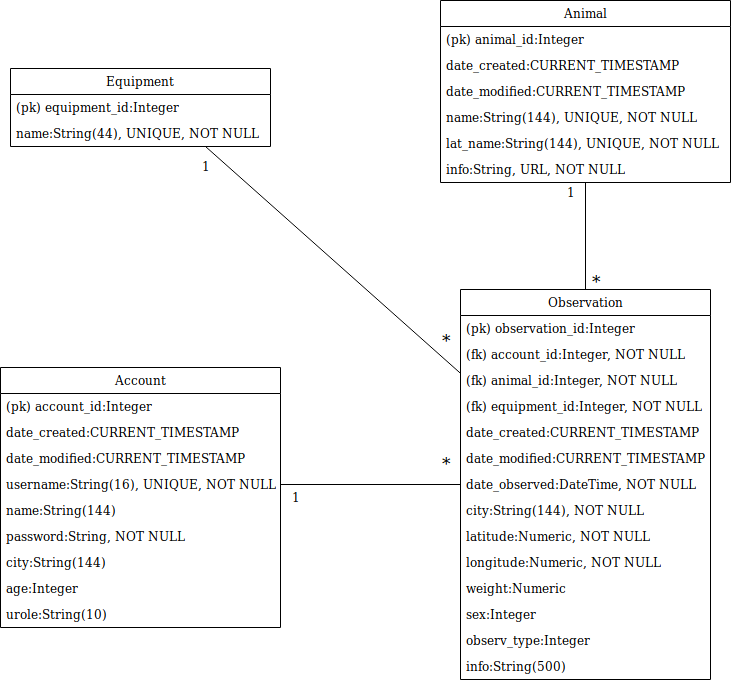
This is documentation/pictures/tietokantarakenne.png from LauriTahvanainen/GameTracker, a draw.io export, as it was before one commit. Source tidied: cells renumbered, new cells last; positions are measured from the earlier drawing's top-left corner, leaving out a move shared by most shapes.
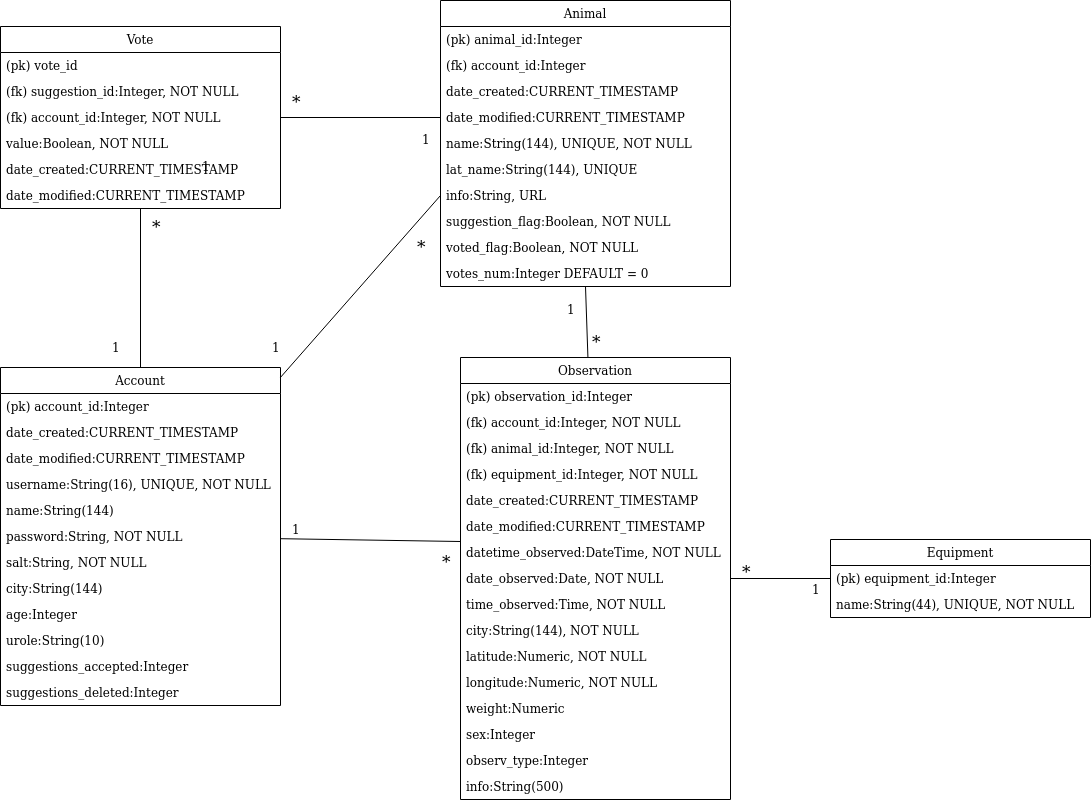
The same file after the commit.

What changed in the source:
```diff
@@ -2,11 +2,11 @@
   <root>
     <mxCell id="0" />
     <mxCell id="1" parent="0" />
-    <mxCell id="2" style="rounded=0;jettySize=auto;html=1;exitX=0.75;exitY=1;exitDx=0;exitDy=0;endArrow=none;endFill=0;" parent="1" edge="1" source="3" target="24">
+    <mxCell id="2" style="rounded=0;jettySize=auto;html=1;exitX=0;exitY=0.5;exitDx=0;exitDy=0;endArrow=none;endFill=0;" parent="1" edge="1" source="4" target="24">
       <mxGeometry relative="1" as="geometry" />
     </mxCell>
     <mxCell id="3" value="Equipment" style="swimlane;fontStyle=0;horizontal=1;startSize=26;fillColor=none;" parent="1" vertex="1">
-      <mxGeometry x="10" y="68" width="260" height="78" as="geometry" />
+      <mxGeometry x="830" y="539" width="260" height="78" as="geometry" />
     </mxCell>
     <mxCell id="4" value="(pk) equipment_id:Integer" style="text;strokeColor=none;fillColor=none;align=left;verticalAlign=top;spacingLeft=4;spacingRight=4;overflow=hidden;points=[[0,0.5],[1,0.5]];portConstraint=eastwest;" parent="3" vertex="1">
       <mxGeometry y="26" width="260" height="26" as="geometry" />
@@ -18,28 +18,40 @@
       <mxGeometry relative="1" as="geometry" />
     </mxCell>
     <mxCell id="7" value="Animal" style="swimlane;fontStyle=0;horizontal=1;startSize=26;fillColor=none;" parent="1" vertex="1">
-      <mxGeometry x="440" width="290" height="182" as="geometry" />
+      <mxGeometry x="440" width="290" height="286" as="geometry" />
     </mxCell>
     <mxCell id="8" value="(pk) animal_id:Integer" style="text;strokeColor=none;fillColor=none;align=left;verticalAlign=top;spacingLeft=4;spacingRight=4;overflow=hidden;" parent="7" vertex="1">
       <mxGeometry y="26" width="290" height="26" as="geometry" />
     </mxCell>
+    <mxCell id="46" value="(fk) account_id:Integer" style="text;strokeColor=none;fillColor=none;align=left;verticalAlign=top;spacingLeft=4;spacingRight=4;overflow=hidden;" parent="7" vertex="1">
+      <mxGeometry y="52" width="290" height="26" as="geometry" />
+    </mxCell>
     <mxCell id="9" value="date_created:CURRENT_TIMESTAMP" style="text;strokeColor=none;fillColor=none;align=left;verticalAlign=top;spacingLeft=4;spacingRight=4;overflow=hidden;" parent="7" vertex="1">
-      <mxGeometry y="52" width="290" height="26" as="geometry" />
+      <mxGeometry y="78" width="290" height="26" as="geometry" />
     </mxCell>
     <mxCell id="10" value="date_modified:CURRENT_TIMESTAMP" style="text;strokeColor=none;fillColor=none;align=left;verticalAlign=top;spacingLeft=4;spacingRight=4;overflow=hidden;points=[[0,0.5],[1,0.5]];portConstraint=eastwest;" parent="7" vertex="1">
-      <mxGeometry y="78" width="290" height="26" as="geometry" />
+      <mxGeometry y="104" width="290" height="26" as="geometry" />
     </mxCell>
     <mxCell id="11" value="name:String(144), UNIQUE, NOT NULL" style="text;strokeColor=none;fillColor=none;align=left;verticalAlign=top;spacingLeft=4;spacingRight=4;overflow=hidden;" parent="7" vertex="1">
-      <mxGeometry y="104" width="290" height="26" as="geometry" />
+      <mxGeometry y="130" width="290" height="26" as="geometry" />
     </mxCell>
-    <mxCell id="12" value="lat_name:String(144), UNIQUE, NOT NULL" style="text;strokeColor=none;fillColor=none;align=left;verticalAlign=top;spacingLeft=4;spacingRight=4;overflow=hidden;" parent="7" vertex="1">
-      <mxGeometry y="130" width="290" height="26" as="geometry" />
+    <mxCell id="12" value="lat_name:String(144), UNIQUE" style="text;strokeColor=none;fillColor=none;align=left;verticalAlign=top;spacingLeft=4;spacingRight=4;overflow=hidden;" parent="7" vertex="1">
+      <mxGeometry y="156" width="290" height="26" as="geometry" />
     </mxCell>
-    <mxCell id="13" value="info:String, URL, NOT NULL" style="text;strokeColor=none;fillColor=none;align=left;verticalAlign=top;spacingLeft=4;spacingRight=4;overflow=hidden;points=[[0,0.5],[1,0.5]];portConstraint=eastwest;" parent="7" vertex="1">
-      <mxGeometry y="156" width="290" height="26" as="geometry" />
+    <mxCell id="13" value="info:String, URL" style="text;strokeColor=none;fillColor=none;align=left;verticalAlign=top;spacingLeft=4;spacingRight=4;overflow=hidden;points=[[0,0.5],[1,0.5]];portConstraint=eastwest;" parent="7" vertex="1">
+      <mxGeometry y="182" width="290" height="26" as="geometry" />
     </mxCell>
+    <mxCell id="47" value="suggestion_flag:Boolean, NOT NULL" style="text;strokeColor=none;fillColor=none;align=left;verticalAlign=top;spacingLeft=4;spacingRight=4;overflow=hidden;" parent="7" vertex="1">
+      <mxGeometry y="208" width="290" height="26" as="geometry" />
+    </mxCell>
+    <mxCell id="48" value="voted_flag:Boolean, NOT NULL" style="text;strokeColor=none;fillColor=none;align=left;verticalAlign=top;spacingLeft=4;spacingRight=4;overflow=hidden;" parent="7" vertex="1">
+      <mxGeometry y="234" width="290" height="26" as="geometry" />
+    </mxCell>
+    <mxCell id="49" value="votes_num:Integer DEFAULT = 0" style="text;strokeColor=none;fillColor=none;align=left;verticalAlign=top;spacingLeft=4;spacingRight=4;overflow=hidden;" parent="7" vertex="1">
+      <mxGeometry y="260" width="290" height="26" as="geometry" />
+    </mxCell>
     <mxCell id="14" value="Account" style="swimlane;fontStyle=0;horizontal=1;startSize=26;fillColor=none;" parent="1" vertex="1">
-      <mxGeometry y="367" width="280" height="260" as="geometry" />
+      <mxGeometry y="367" width="280" height="338" as="geometry" />
     </mxCell>
     <mxCell id="15" value="(pk) account_id:Integer" style="text;strokeColor=none;fillColor=none;align=left;verticalAlign=top;spacingLeft=4;spacingRight=4;overflow=hidden;" parent="14" vertex="1">
       <mxGeometry y="26" width="280" height="26" as="geometry" />
@@ -59,80 +71,148 @@
     <mxCell id="20" value="password:String, NOT NULL" style="text;strokeColor=none;fillColor=none;align=left;verticalAlign=top;spacingLeft=4;spacingRight=4;overflow=hidden;" parent="14" vertex="1">
       <mxGeometry y="156" width="280" height="26" as="geometry" />
     </mxCell>
+    <mxCell id="50" value="salt:String, NOT NULL" style="text;strokeColor=none;fillColor=none;align=left;verticalAlign=top;spacingLeft=4;spacingRight=4;overflow=hidden;" parent="14" vertex="1">
+      <mxGeometry y="182" width="280" height="26" as="geometry" />
+    </mxCell>
     <mxCell id="21" value="city:String(144)" style="text;strokeColor=none;fillColor=none;align=left;verticalAlign=top;spacingLeft=4;spacingRight=4;overflow=hidden;" parent="14" vertex="1">
-      <mxGeometry y="182" width="280" height="26" as="geometry" />
+      <mxGeometry y="208" width="280" height="26" as="geometry" />
     </mxCell>
     <mxCell id="22" value="age:Integer" style="text;strokeColor=none;fillColor=none;align=left;verticalAlign=top;spacingLeft=4;spacingRight=4;overflow=hidden;" parent="14" vertex="1">
-      <mxGeometry y="208" width="280" height="26" as="geometry" />
+      <mxGeometry y="234" width="280" height="26" as="geometry" />
     </mxCell>
     <mxCell id="23" value="urole:String(10)" style="text;strokeColor=none;fillColor=none;align=left;verticalAlign=top;spacingLeft=4;spacingRight=4;overflow=hidden;" parent="14" vertex="1">
-      <mxGeometry y="234" width="280" height="26" as="geometry" />
+      <mxGeometry y="260" width="280" height="26" as="geometry" />
     </mxCell>
+    <mxCell id="51" value="suggestions_accepted:Integer" style="text;strokeColor=none;fillColor=none;align=left;verticalAlign=top;spacingLeft=4;spacingRight=4;overflow=hidden;" parent="14" vertex="1">
+      <mxGeometry y="286" width="280" height="26" as="geometry" />
+    </mxCell>
+    <mxCell id="52" value="suggestions_deleted:Integer" style="text;strokeColor=none;fillColor=none;align=left;verticalAlign=top;spacingLeft=4;spacingRight=4;overflow=hidden;" parent="14" vertex="1">
+      <mxGeometry y="312" width="280" height="26" as="geometry" />
+    </mxCell>
     <mxCell id="24" value="Observation" style="swimlane;fontStyle=0;horizontal=1;startSize=26;fillColor=none;" parent="1" vertex="1">
-      <mxGeometry x="460" y="289" width="250" height="390" as="geometry" />
+      <mxGeometry x="460" y="357" width="270" height="442" as="geometry" />
     </mxCell>
     <mxCell id="25" value="(pk) observation_id:Integer" style="text;strokeColor=none;fillColor=none;align=left;verticalAlign=top;spacingLeft=4;spacingRight=4;overflow=hidden;" parent="24" vertex="1">
-      <mxGeometry y="26" width="250" height="26" as="geometry" />
+      <mxGeometry y="26" width="270" height="26" as="geometry" />
     </mxCell>
     <mxCell id="26" value="(fk) account_id:Integer, NOT NULL" style="text;strokeColor=none;fillColor=none;align=left;verticalAlign=top;spacingLeft=4;spacingRight=4;overflow=hidden;" parent="24" vertex="1">
-      <mxGeometry y="52" width="250" height="26" as="geometry" />
+      <mxGeometry y="52" width="270" height="26" as="geometry" />
     </mxCell>
     <mxCell id="27" value="(fk) animal_id:Integer, NOT NULL" style="text;strokeColor=none;fillColor=none;align=left;verticalAlign=top;spacingLeft=4;spacingRight=4;overflow=hidden;" parent="24" vertex="1">
-      <mxGeometry y="78" width="250" height="26" as="geometry" />
+      <mxGeometry y="78" width="270" height="26" as="geometry" />
     </mxCell>
     <mxCell id="28" value="(fk) equipment_id:Integer, NOT NULL" style="text;strokeColor=none;fillColor=none;align=left;verticalAlign=top;spacingLeft=4;spacingRight=4;overflow=hidden;" parent="24" vertex="1">
-      <mxGeometry y="104" width="250" height="26" as="geometry" />
+      <mxGeometry y="104" width="270" height="26" as="geometry" />
     </mxCell>
     <mxCell id="29" value="date_created:CURRENT_TIMESTAMP" style="text;strokeColor=none;fillColor=none;align=left;verticalAlign=top;spacingLeft=4;spacingRight=4;overflow=hidden;" parent="24" vertex="1">
-      <mxGeometry y="130" width="250" height="26" as="geometry" />
+      <mxGeometry y="130" width="270" height="26" as="geometry" />
     </mxCell>
     <mxCell id="30" value="date_modified:CURRENT_TIMESTAMP" style="text;strokeColor=none;fillColor=none;align=left;verticalAlign=top;spacingLeft=4;spacingRight=4;overflow=hidden;" parent="24" vertex="1">
-      <mxGeometry y="156" width="250" height="26" as="geometry" />
+      <mxGeometry y="156" width="270" height="26" as="geometry" />
     </mxCell>
-    <mxCell id="31" value="date_observed:DateTime, NOT NULL" style="text;strokeColor=none;fillColor=none;align=left;verticalAlign=top;spacingLeft=4;spacingRight=4;overflow=hidden;" parent="24" vertex="1">
-      <mxGeometry y="182" width="250" height="26" as="geometry" />
+    <mxCell id="31" value="datetime_observed:DateTime, NOT NULL" style="text;strokeColor=none;fillColor=none;align=left;verticalAlign=top;spacingLeft=4;spacingRight=4;overflow=hidden;" parent="24" vertex="1">
+      <mxGeometry y="182" width="270" height="26" as="geometry" />
     </mxCell>
+    <mxCell id="53" value="date_observed:Date, NOT NULL" style="text;strokeColor=none;fillColor=none;align=left;verticalAlign=top;spacingLeft=4;spacingRight=4;overflow=hidden;" parent="24" vertex="1">
+      <mxGeometry y="208" width="270" height="26" as="geometry" />
+    </mxCell>
+    <mxCell id="54" value="time_observed:Time, NOT NULL" style="text;strokeColor=none;fillColor=none;align=left;verticalAlign=top;spacingLeft=4;spacingRight=4;overflow=hidden;" parent="24" vertex="1">
+      <mxGeometry y="234" width="270" height="26" as="geometry" />
+    </mxCell>
     <mxCell id="32" value="city:String(144), NOT NULL" style="text;strokeColor=none;fillColor=none;align=left;verticalAlign=top;spacingLeft=4;spacingRight=4;overflow=hidden;" parent="24" vertex="1">
-      <mxGeometry y="208" width="250" height="26" as="geometry" />
+      <mxGeometry y="260" width="270" height="26" as="geometry" />
     </mxCell>
     <mxCell id="33" value="latitude:Numeric, NOT NULL" style="text;strokeColor=none;fillColor=none;align=left;verticalAlign=top;spacingLeft=4;spacingRight=4;overflow=hidden;" parent="24" vertex="1">
-      <mxGeometry y="234" width="250" height="26" as="geometry" />
+      <mxGeometry y="286" width="270" height="26" as="geometry" />
     </mxCell>
     <mxCell id="34" value="longitude:Numeric, NOT NULL" style="text;strokeColor=none;fillColor=none;align=left;verticalAlign=top;spacingLeft=4;spacingRight=4;overflow=hidden;" parent="24" vertex="1">
-      <mxGeometry y="260" width="250" height="26" as="geometry" />
+      <mxGeometry y="312" width="270" height="26" as="geometry" />
     </mxCell>
     <mxCell id="35" value="weight:Numeric" style="text;strokeColor=none;fillColor=none;align=left;verticalAlign=top;spacingLeft=4;spacingRight=4;overflow=hidden;" parent="24" vertex="1">
-      <mxGeometry y="286" width="250" height="26" as="geometry" />
+      <mxGeometry y="338" width="270" height="26" as="geometry" />
     </mxCell>
     <mxCell id="36" value="sex:Integer" style="text;strokeColor=none;fillColor=none;align=left;verticalAlign=top;spacingLeft=4;spacingRight=4;overflow=hidden;" parent="24" vertex="1">
-      <mxGeometry y="312" width="250" height="26" as="geometry" />
+      <mxGeometry y="364" width="270" height="26" as="geometry" />
     </mxCell>
     <mxCell id="37" value="observ_type:Integer" style="text;strokeColor=none;fillColor=none;align=left;verticalAlign=top;spacingLeft=4;spacingRight=4;overflow=hidden;" parent="24" vertex="1">
-      <mxGeometry y="338" width="250" height="26" as="geometry" />
+      <mxGeometry y="390" width="270" height="26" as="geometry" />
     </mxCell>
     <mxCell id="38" value="info:String(500)" style="text;strokeColor=none;fillColor=none;align=left;verticalAlign=top;spacingLeft=4;spacingRight=4;overflow=hidden;" parent="24" vertex="1">
-      <mxGeometry y="364" width="250" height="26" as="geometry" />
+      <mxGeometry y="416" width="270" height="26" as="geometry" />
     </mxCell>
-    <mxCell id="39" style="edgeStyle=none;rounded=0;jettySize=auto;html=1;exitX=1;exitY=0.5;exitDx=0;exitDy=0;endArrow=none;endFill=0;" parent="1" edge="1" source="18" target="24">
-      <mxGeometry relative="1" as="geometry" />
+    <mxCell id="39" style="edgeStyle=none;rounded=0;jettySize=auto;html=1;endArrow=none;endFill=0;" parent="1" edge="1" source="14">
+      <mxGeometry relative="1" as="geometry">
+        <mxPoint x="460" y="541" as="targetPoint" />
+      </mxGeometry>
     </mxCell>
     <mxCell id="40" value="&lt;font style=&quot;font-size: 17px&quot;&gt;*&lt;/font&gt;" style="text;html=1;align=left;verticalAlign=top;spacingTop=-4;" parent="1" vertex="1">
-      <mxGeometry x="590" y="269" width="20" height="20" as="geometry" />
+      <mxGeometry x="590" y="329" width="20" height="20" as="geometry" />
     </mxCell>
     <mxCell id="41" value="&lt;font style=&quot;font-size: 17px&quot;&gt;*&lt;/font&gt;" style="text;html=1;align=left;verticalAlign=top;spacingTop=-4;" parent="1" vertex="1">
-      <mxGeometry x="440" y="328" width="20" height="20" as="geometry" />
+      <mxGeometry x="440" y="549" width="20" height="20" as="geometry" />
     </mxCell>
     <mxCell id="42" value="&lt;font style=&quot;font-size: 17px&quot;&gt;*&lt;/font&gt;" style="text;html=1;align=left;verticalAlign=top;spacingTop=-4;" parent="1" vertex="1">
-      <mxGeometry x="440" y="451" width="20" height="20" as="geometry" />
+      <mxGeometry x="415" y="234" width="20" height="20" as="geometry" />
     </mxCell>
     <mxCell id="43" value="1" style="text;html=1;align=left;verticalAlign=top;spacingTop=-4;" parent="1" vertex="1">
-      <mxGeometry x="290" y="487" width="20" height="20" as="geometry" />
+      <mxGeometry x="290" y="519" width="20" height="20" as="geometry" />
     </mxCell>
     <mxCell id="44" value="1" style="text;html=1;align=left;verticalAlign=top;spacingTop=-4;" parent="1" vertex="1">
       <mxGeometry x="200" y="156" width="20" height="20" as="geometry" />
     </mxCell>
     <mxCell id="45" value="1" style="text;html=1;align=left;verticalAlign=top;spacingTop=-4;" parent="1" vertex="1">
-      <mxGeometry x="565" y="182" width="20" height="20" as="geometry" />
+      <mxGeometry x="565" y="299" width="20" height="20" as="geometry" />
     </mxCell>
+    <mxCell id="55" value="1" style="text;html=1;align=left;verticalAlign=top;spacingTop=-4;" parent="1" vertex="1">
+      <mxGeometry x="110" y="337" width="20" height="20" as="geometry" />
+    </mxCell>
+    <mxCell id="56" value="Vote" style="swimlane;fontStyle=0;horizontal=1;startSize=26;fillColor=none;" parent="1" vertex="1">
+      <mxGeometry y="26" width="280" height="182" as="geometry" />
+    </mxCell>
+    <mxCell id="57" value="(pk) vote_id" style="text;strokeColor=none;fillColor=none;align=left;verticalAlign=top;spacingLeft=4;spacingRight=4;overflow=hidden;" parent="56" vertex="1">
+      <mxGeometry y="26" width="280" height="26" as="geometry" />
+    </mxCell>
+    <mxCell id="58" value="(fk) suggestion_id:Integer, NOT NULL" style="text;strokeColor=none;fillColor=none;align=left;verticalAlign=top;spacingLeft=4;spacingRight=4;overflow=hidden;" parent="56" vertex="1">
+      <mxGeometry y="52" width="280" height="26" as="geometry" />
+    </mxCell>
+    <mxCell id="59" value="(fk) account_id:Integer, NOT NULL&#10;" style="text;strokeColor=none;fillColor=none;align=left;verticalAlign=top;spacingLeft=4;spacingRight=4;overflow=hidden;" parent="56" vertex="1">
+      <mxGeometry y="78" width="280" height="26" as="geometry" />
+    </mxCell>
+    <mxCell id="60" value="value:Boolean, NOT NULL" style="text;strokeColor=none;fillColor=none;align=left;verticalAlign=top;spacingLeft=4;spacingRight=4;overflow=hidden;" parent="56" vertex="1">
+      <mxGeometry y="104" width="280" height="26" as="geometry" />
+    </mxCell>
+    <mxCell id="61" value="date_created:CURRENT_TIMESTAMP" style="text;strokeColor=none;fillColor=none;align=left;verticalAlign=top;spacingLeft=4;spacingRight=4;overflow=hidden;" parent="56" vertex="1">
+      <mxGeometry y="130" width="280" height="26" as="geometry" />
+    </mxCell>
+    <mxCell id="62" value="date_modified:CURRENT_TIMESTAMP" style="text;strokeColor=none;fillColor=none;align=left;verticalAlign=top;spacingLeft=4;spacingRight=4;overflow=hidden;" parent="56" vertex="1">
+      <mxGeometry y="156" width="280" height="26" as="geometry" />
+    </mxCell>
+    <mxCell id="63" style="rounded=0;jettySize=auto;html=1;endArrow=none;endFill=0;" parent="1" edge="1" source="56" target="14">
+      <mxGeometry relative="1" as="geometry" />
+    </mxCell>
+    <mxCell id="64" value="&lt;font style=&quot;font-size: 17px&quot;&gt;*&lt;/font&gt;" style="text;html=1;align=left;verticalAlign=top;spacingTop=-4;" parent="1" vertex="1">
+      <mxGeometry x="290" y="89" width="20" height="20" as="geometry" />
+    </mxCell>
+    <mxCell id="65" value="1" style="text;html=1;align=left;verticalAlign=top;spacingTop=-4;" parent="1" vertex="1">
+      <mxGeometry x="420" y="129" width="20" height="20" as="geometry" />
+    </mxCell>
+    <mxCell id="66" value="1" style="text;html=1;align=left;verticalAlign=top;spacingTop=-4;" parent="1" vertex="1">
+      <mxGeometry x="270" y="337" width="20" height="20" as="geometry" />
+    </mxCell>
+    <mxCell id="67" value="&lt;font style=&quot;font-size: 17px&quot;&gt;*&lt;/font&gt;" style="text;html=1;align=left;verticalAlign=top;spacingTop=-4;" parent="1" vertex="1">
+      <mxGeometry x="150" y="214" width="20" height="20" as="geometry" />
+    </mxCell>
+    <mxCell id="68" style="rounded=0;jettySize=auto;html=1;endArrow=none;endFill=0;" parent="1" edge="1" source="10" target="56">
+      <mxGeometry relative="1" as="geometry" />
+    </mxCell>
+    <mxCell id="69" style="edgeStyle=none;rounded=0;jettySize=auto;html=1;exitX=0;exitY=0.5;exitDx=0;exitDy=0;endArrow=none;endFill=0;" parent="1" edge="1" source="13" target="14">
+      <mxGeometry relative="1" as="geometry" />
+    </mxCell>
+    <mxCell id="70" value="1" style="text;html=1;align=left;verticalAlign=top;spacingTop=-4;" parent="1" vertex="1">
+      <mxGeometry x="810" y="579" width="20" height="20" as="geometry" />
+    </mxCell>
+    <mxCell id="71" value="&lt;font style=&quot;font-size: 17px&quot;&gt;*&lt;/font&gt;" style="text;html=1;align=left;verticalAlign=top;spacingTop=-4;" parent="1" vertex="1">
+      <mxGeometry x="740" y="559" width="20" height="20" as="geometry" />
+    </mxCell>
   </root>
 </mxGraphModel>
```
